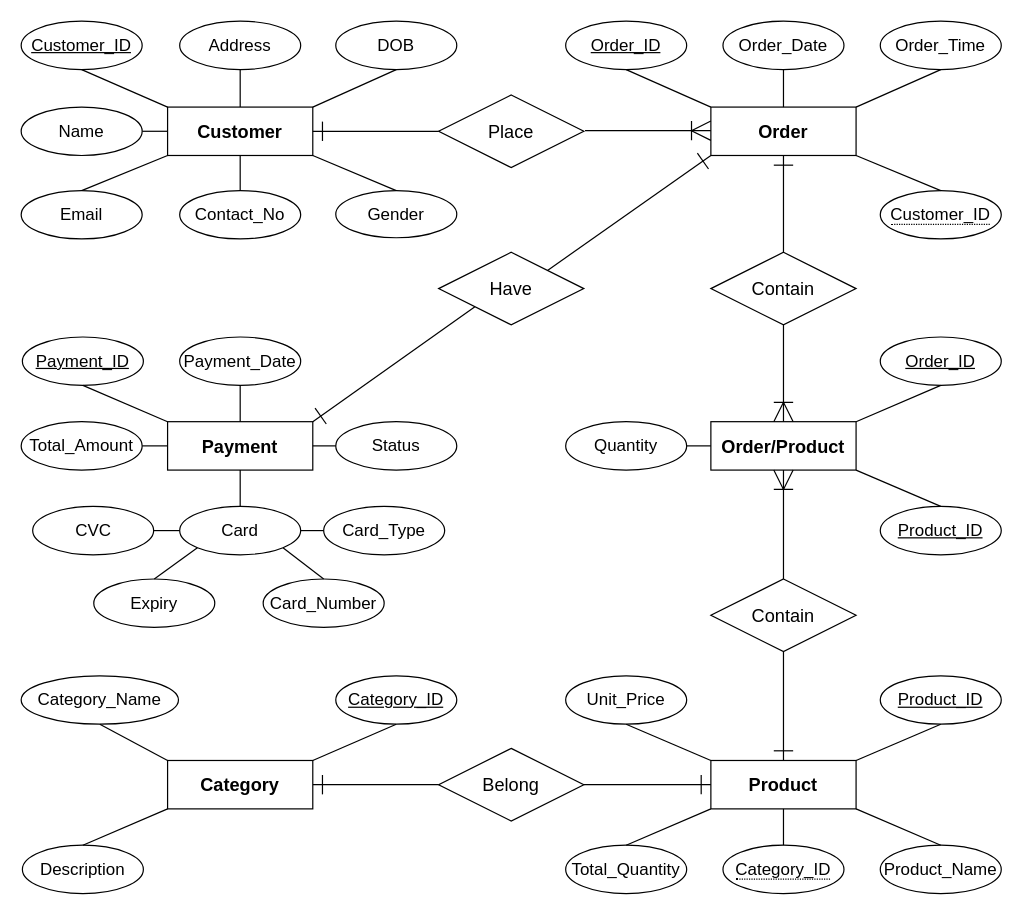
Earlier version of the draw.io diagram DDD/Sampath Food City.drawio (ThanushkarSiva1238/Database_Design). Source tidied: cells renumbered, new cells numbered last; positions are measured from the earlier drawing's top-left corner, leaving out a move shared by most shapes. Both pictures are drawn from the tidied source at 121%, with x=0, y=0 at pixel (21, 21).
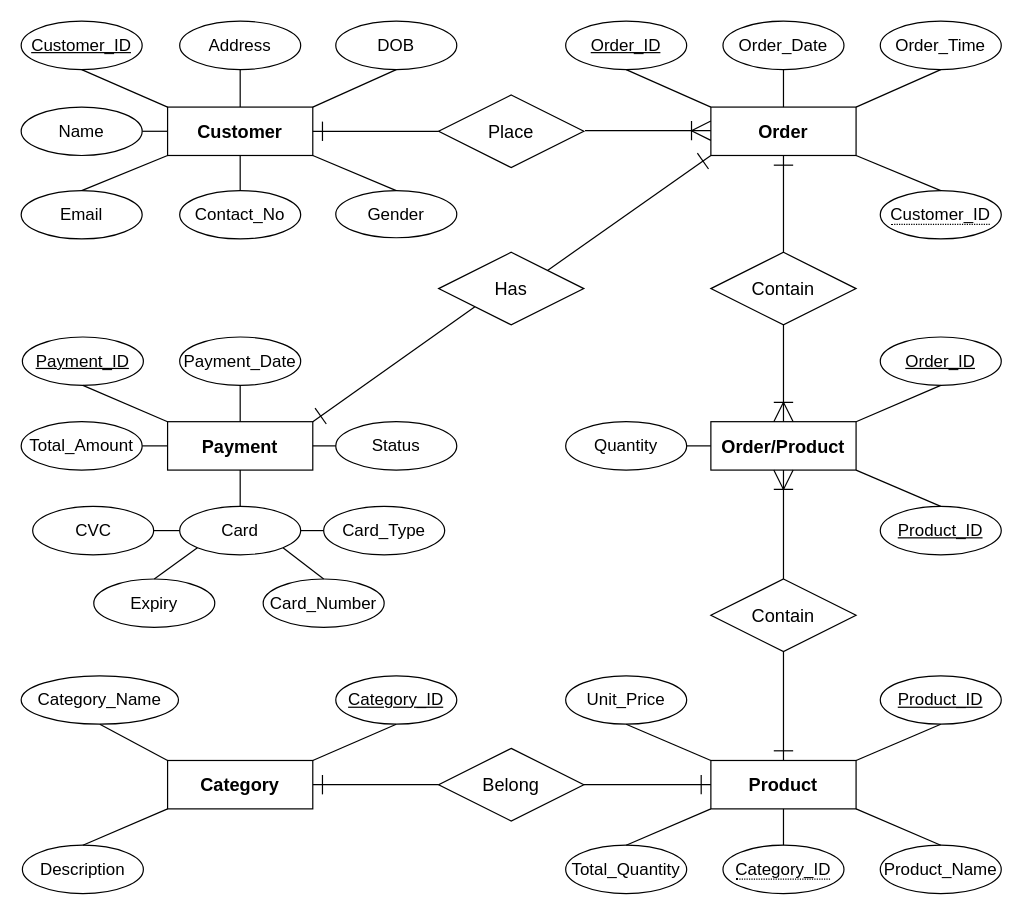
The same diagram, later.

What changed in the source:
```diff
@@
-    <mxCell id="62" value="&lt;span style=&quot;font-size: 15px;&quot;&gt;Have&lt;/span&gt;" style="shape=rhombus;perimeter=rhombusPerimeter;whiteSpace=wrap;html=1;align=center;" parent="1" vertex="1">
+    <mxCell id="62" value="&lt;span style=&quot;font-size: 15px;&quot;&gt;Has&lt;/span&gt;" style="shape=rhombus;perimeter=rhombusPerimeter;whiteSpace=wrap;html=1;align=center;" parent="1" vertex="1">
       <mxGeometry x="345" y="191" width="120" height="60" as="geometry" />
     </mxCell>
```
